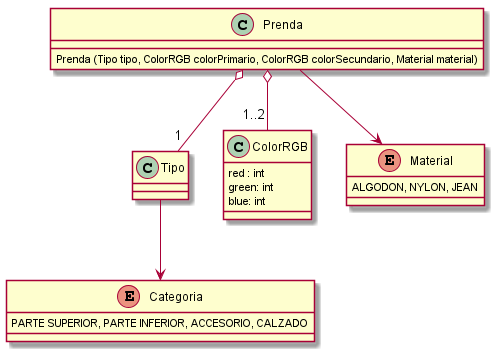
Earlier version of the PlantUML export QueMePongo.png (martindipaolo/DDS-QueMePongo).
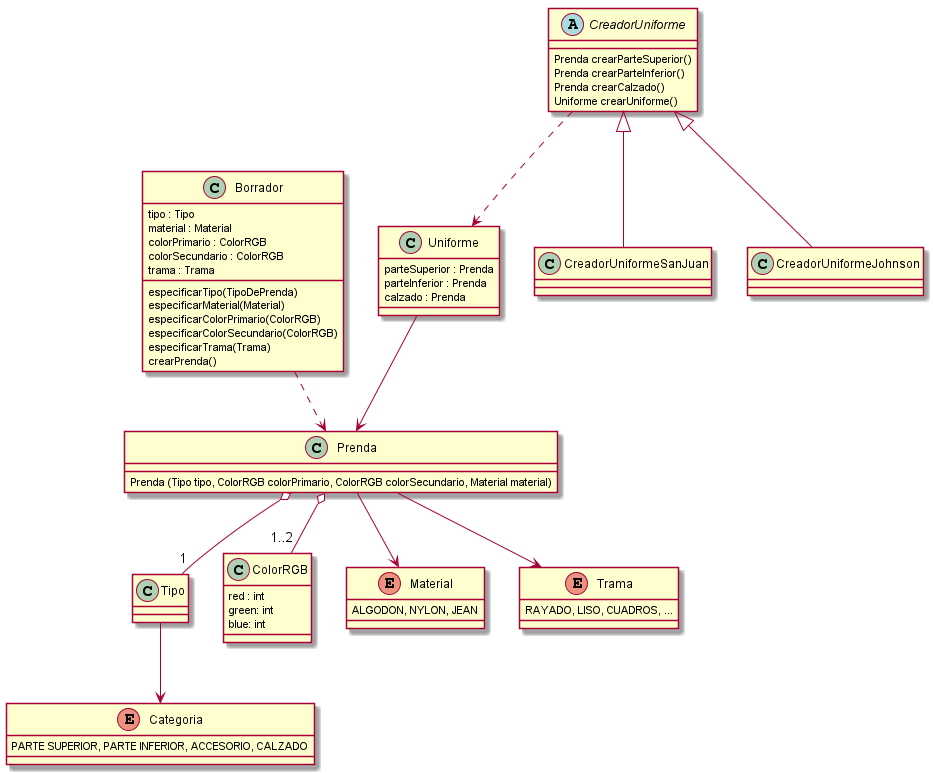
After the commit.

Diff of the diagram source:
```diff
@@ -21,9 +21,56 @@
   ALGODON, NYLON, JEAN
 }
 
+enum Trama {
+  RAYADO, LISO, CUADROS, ...
+}
+
+class Borrador {
+  tipo : Tipo
+  material : Material
+  colorPrimario : ColorRGB
+  colorSecundario : ColorRGB
+  trama : Trama
+
+  especificarTipo(TipoDePrenda)
+  especificarMaterial(Material)
+  especificarColorPrimario(ColorRGB)
+  especificarColorSecundario(ColorRGB)
+  especificarTrama(Trama)
+  crearPrenda()
+}
+
+
+class Uniforme {
+  parteSuperior : Prenda
+  parteInferior : Prenda
+  calzado : Prenda
+}
+
+abstract CreadorUniforme {
+  Prenda crearParteSuperior()
+  Prenda crearParteInferior()
+  Prenda crearCalzado()
+  Uniforme crearUniforme()
+}
+
+class CreadorUniformeSanJuan {
+
+}
+
+class CreadorUniformeJohnson {
+
+}
+
 Prenda o--"1" Tipo
 Prenda o--"1..2" ColorRGB
 Prenda --> Material
 Tipo --> Categoria
+Prenda --> Trama
+Borrador ..> Prenda
+Uniforme --> Prenda
+CreadorUniforme ..> Uniforme
+CreadorUniforme <|-- CreadorUniformeSanJuan
+CreadorUniforme <|-- CreadorUniformeJohnson
 
 @enduml
```
